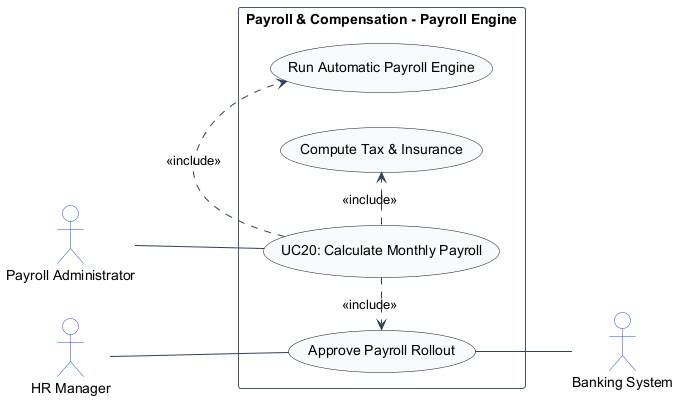
TamBui1706/HRPlatform keeps this PlantUML diagram as usecase_images/UC20.png. Above is the earlier version.
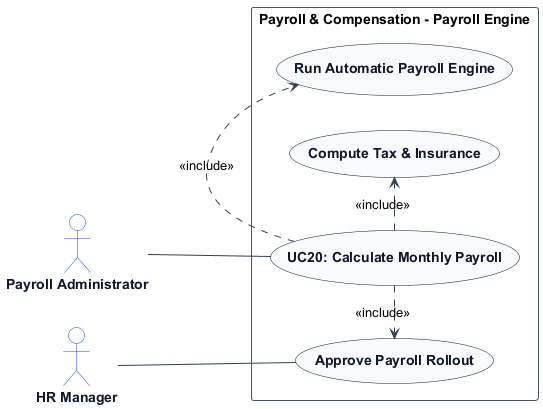
After the change.

Change to the diagram source:
```diff
@@ -7,14 +7,19 @@
 skinparam ArrowColor #334155
 skinparam ActorBorderColor #1d4ed8
 skinparam ActorBackgroundColor #ffffff
+skinparam ActorFontColor #0f172a
+skinparam ActorFontStyle bold
+
 skinparam UsecaseBorderColor #0f172a
 skinparam UsecaseBackgroundColor #f8fafc
+skinparam UsecaseFontColor #0f172a
+skinparam UsecaseFontStyle bold
+
 skinparam RectangleBorderColor #475569
 skinparam RectangleBackgroundColor #ffffff
 
 actor "Payroll Administrator" as PayrollAdministrator
 actor "HR Manager" as HRManager
-actor "Banking System" as BankingSystem
 
 rectangle "Payroll & Compensation - Payroll Engine" {
     usecase "UC20: Calculate Monthly Payroll" as UC_Main
@@ -27,6 +32,5 @@
     UC_Main .> UC_RunEngine : <<include>>
     UC_Main .> UC_TaxIns : <<include>>
     UC_Main .> UC_ApproveRollout : <<include>>
-    UC_ApproveRollout -- BankingSystem
 }
 @enduml
```
